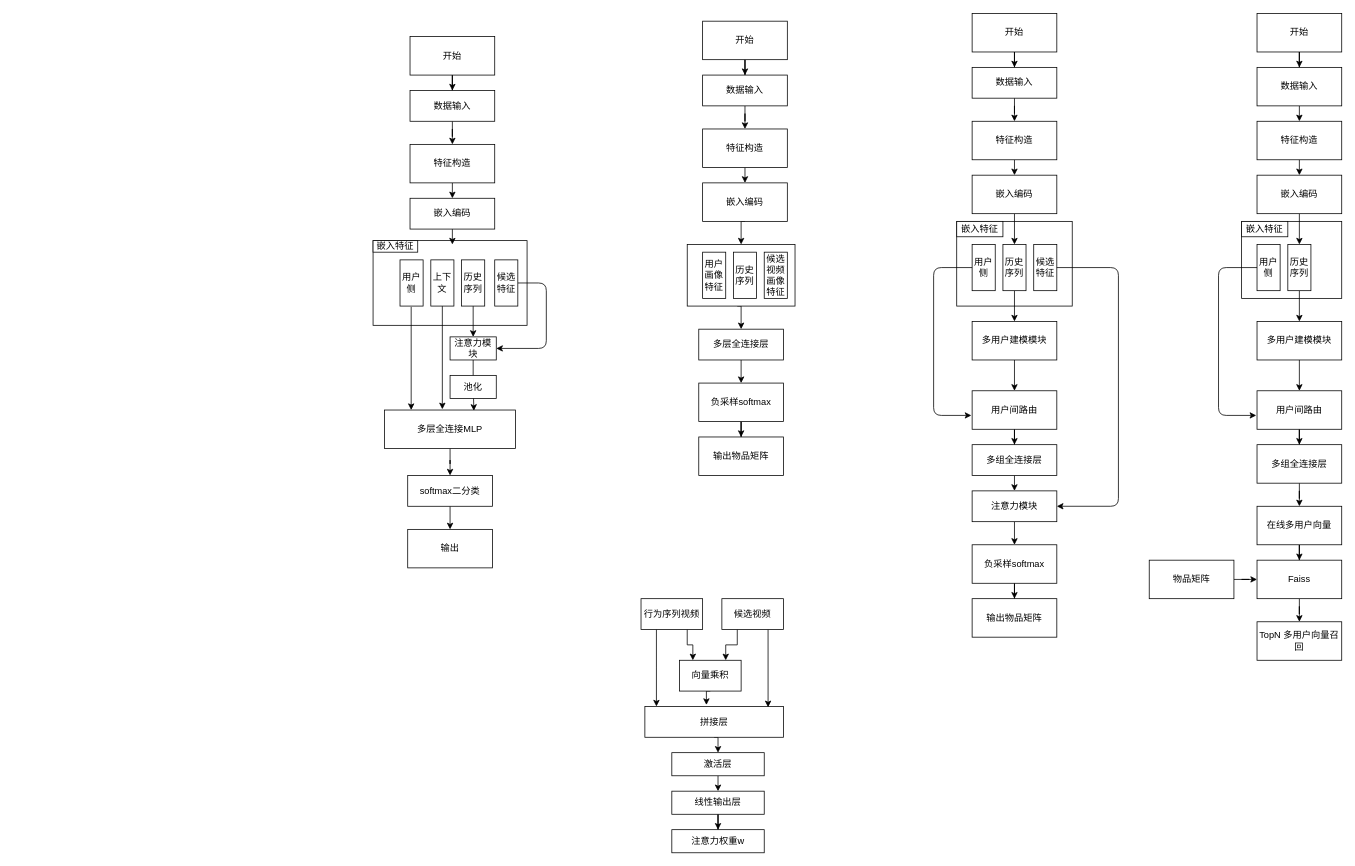
Before: Untitled Diagram.drawio in zkailinzhang/12306-I-have-got-the-train-ticket., a draw.io diagram. Source tidied: cells renumbered, new cells numbered last; positions are measured from the earlier drawing's top-left corner, leaving out a move shared by most shapes. Both pictures are drawn from the tidied source at 77%, with x=0, y=0 at pixel (338, 13).
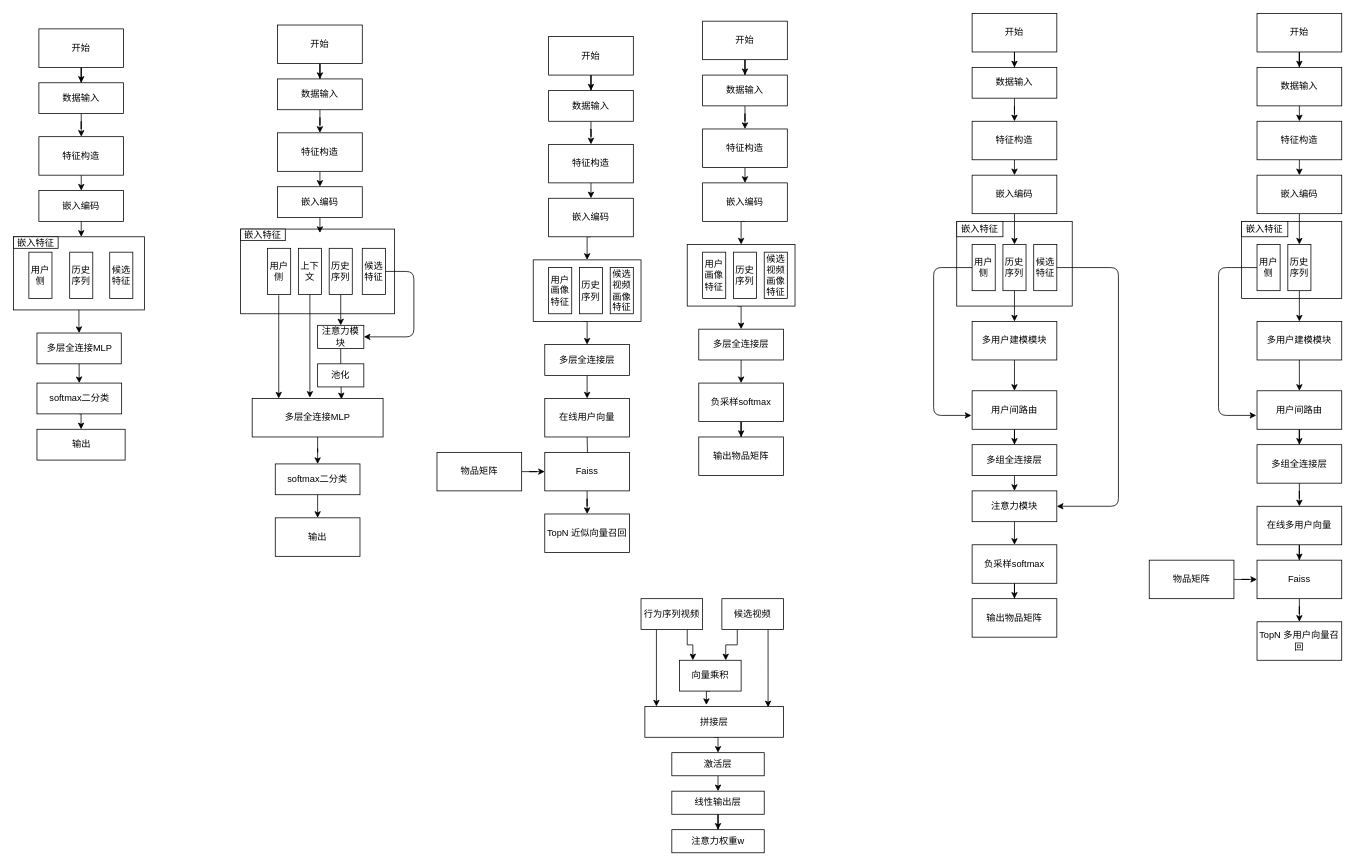
The same page after the edit.

Diff of the diagram source:
```diff
@@
     <mxCell id="74" style="rounded=0;whiteSpace=wrap;html=1;" parent="1" vertex="1">
-      <mxGeometry x="45" y="295" width="200" height="110" as="geometry" />
+      <mxGeometry x="-127" y="280" width="200" height="110" as="geometry" />
     </mxCell>
@@
     <mxCell id="76" value="开始" style="rounded=0;whiteSpace=wrap;html=1;" parent="1" vertex="1">
-      <mxGeometry x="93" y="30" width="110" height="50" as="geometry" />
+      <mxGeometry x="-79" y="15" width="110" height="50" as="geometry" />
     </mxCell>
@@
     <mxCell id="78" value="数据输入" style="rounded=0;whiteSpace=wrap;html=1;" parent="1" vertex="1">
-      <mxGeometry x="93" y="100" width="110" height="40" as="geometry" />
+      <mxGeometry x="-79" y="85" width="110" height="40" as="geometry" />
     </mxCell>
@@
     <mxCell id="80" value="特征构造" style="rounded=0;whiteSpace=wrap;html=1;" parent="1" vertex="1">
-      <mxGeometry x="93" y="170" width="110" height="50" as="geometry" />
+      <mxGeometry x="-79" y="155" width="110" height="50" as="geometry" />
     </mxCell>
     <mxCell id="81" style="edgeStyle=orthogonalEdgeStyle;rounded=0;jettySize=auto;html=1;exitX=0.5;exitY=1;exitDx=0;exitDy=0;" parent="1" edge="1" source="82">
       <mxGeometry relative="1" as="geometry">
-        <mxPoint x="148" y="300" as="targetPoint" />
+        <mxPoint x="-24" y="285" as="targetPoint" />
       </mxGeometry>
     </mxCell>
     <mxCell id="82" value="嵌入编码" style="rounded=0;whiteSpace=wrap;html=1;" parent="1" vertex="1">
-      <mxGeometry x="93" y="240" width="110" height="40" as="geometry" />
+      <mxGeometry x="-79" y="225" width="110" height="40" as="geometry" />
     </mxCell>
@@
     <mxCell id="84" value="注意力模块" style="rounded=0;whiteSpace=wrap;html=1;" parent="1" vertex="1">
-      <mxGeometry x="145" y="420" width="60" height="30" as="geometry" />
+      <mxGeometry x="-27" y="405" width="60" height="30" as="geometry" />
     </mxCell>
@@
     <mxCell id="86" value="&lt;span&gt;多层全连接MLP&lt;/span&gt;" style="rounded=0;whiteSpace=wrap;html=1;" parent="1" vertex="1">
-      <mxGeometry x="60" y="515" width="170" height="50" as="geometry" />
+      <mxGeometry x="-112" y="500" width="170" height="50" as="geometry" />
     </mxCell>
     <mxCell id="87" value="输出" style="rounded=0;whiteSpace=wrap;html=1;" parent="1" vertex="1">
-      <mxGeometry x="90" y="670" width="110" height="50" as="geometry" />
+      <mxGeometry x="-82" y="655" width="110" height="50" as="geometry" />
     </mxCell>
@@
     <mxCell id="89" value="softmax二分类" style="rounded=0;whiteSpace=wrap;html=1;" parent="1" vertex="1">
-      <mxGeometry x="90" y="600" width="110" height="40" as="geometry" />
+      <mxGeometry x="-82" y="585" width="110" height="40" as="geometry" />
     </mxCell>
     <mxCell id="90" value="用户侧" style="rounded=0;whiteSpace=wrap;html=1;" parent="1" vertex="1">
-      <mxGeometry x="80" y="320" width="30" height="60" as="geometry" />
+      <mxGeometry x="-92" y="305" width="30" height="60" as="geometry" />
     </mxCell>
@@
     <mxCell id="92" value="历史序列" style="rounded=0;whiteSpace=wrap;html=1;" parent="1" vertex="1">
-      <mxGeometry x="160" y="320" width="30" height="60" as="geometry" />
+      <mxGeometry x="-12" y="305" width="30" height="60" as="geometry" />
     </mxCell>
@@
     <mxCell id="94" value="上下文" style="rounded=0;whiteSpace=wrap;html=1;" parent="1" vertex="1">
-      <mxGeometry x="120" y="320" width="30" height="60" as="geometry" />
+      <mxGeometry x="-52" y="305" width="30" height="60" as="geometry" />
     </mxCell>
     <mxCell id="95" style="edgeStyle=elbowEdgeStyle;elbow=vertical;endArrow=classic;html=1;entryX=1;entryY=0.5;entryDx=0;entryDy=0;exitX=1;exitY=0.5;exitDx=0;exitDy=0;" parent="1" edge="1" source="96" target="84">
       <mxGeometry relative="1" as="geometry">
         <Array as="points">
-          <mxPoint x="270" y="530" />
-          <mxPoint x="40" y="540" />
-          <mxPoint x="40" y="490" />
-          <mxPoint y="450" />
+          <mxPoint x="98" y="515" />
+          <mxPoint x="-132" y="525" />
+          <mxPoint x="-132" y="475" />
+          <mxPoint x="-172" y="435" />
         </Array>
       </mxGeometry>
     </mxCell>
     <mxCell id="96" value="候选特征" style="rounded=0;whiteSpace=wrap;html=1;" parent="1" vertex="1">
-      <mxGeometry x="203" y="320" width="30" height="60" as="geometry" />
+      <mxGeometry x="31" y="305" width="30" height="60" as="geometry" />
     </mxCell>
     <mxCell id="97" value="池化" style="rounded=0;whiteSpace=wrap;html=1;" parent="1" vertex="1">
-      <mxGeometry x="145" y="470" width="60" height="30" as="geometry" />
+      <mxGeometry x="-27" y="455" width="60" height="30" as="geometry" />
     </mxCell>
     <mxCell id="98" style="edgeStyle=orthogonalEdgeStyle;rounded=0;orthogonalLoop=1;jettySize=auto;html=1;entryX=0.441;entryY=-0.02;entryDx=0;entryDy=0;entryPerimeter=0;" parent="1" edge="1">
       <mxGeometry relative="1" as="geometry">
-        <mxPoint x="94.5" y="381" as="sourcePoint" />
-        <mxPoint x="94.5" y="515" as="targetPoint" />
+        <mxPoint x="-77.5" y="366" as="sourcePoint" />
+        <mxPoint x="-77.5" y="500" as="targetPoint" />
       </mxGeometry>
     </mxCell>
     <mxCell id="99" value="嵌入特征" style="rounded=0;whiteSpace=wrap;html=1;" parent="1" vertex="1">
-      <mxGeometry x="45" y="295" width="58" height="15" as="geometry" />
+      <mxGeometry x="-127" y="280" width="58" height="15" as="geometry" />
     </mxCell>
@@
+    <mxCell id="115" style="edgeStyle=orthogonalEdgeStyle;rounded=0;jettySize=auto;html=1;exitX=0.5;exitY=1;exitDx=0;exitDy=0;entryX=0.5;entryY=0;entryDx=0;entryDy=0;" parent="1" edge="1" target="126">
+      <mxGeometry relative="1" as="geometry">
+        <mxPoint x="318" y="400" as="sourcePoint" />
+      </mxGeometry>
+    </mxCell>
+    <mxCell id="116" style="rounded=0;whiteSpace=wrap;html=1;" parent="1" vertex="1">
+      <mxGeometry x="253" y="320" width="140" height="80" as="geometry" />
+    </mxCell>
+    <mxCell id="117" style="edgeStyle=orthogonalEdgeStyle;rounded=0;jettySize=auto;html=1;entryX=0.5;entryY=0;entryDx=0;entryDy=0;" parent="1" edge="1" source="118" target="120">
+      <mxGeometry relative="1" as="geometry" />
+    </mxCell>
+    <mxCell id="118" value="开始" style="rounded=0;whiteSpace=wrap;html=1;" parent="1" vertex="1">
+      <mxGeometry x="273" y="30" width="110" height="50" as="geometry" />
+    </mxCell>
+    <mxCell id="119" style="edgeStyle=orthogonalEdgeStyle;rounded=0;jettySize=auto;html=1;entryX=0.5;entryY=0;entryDx=0;entryDy=0;" parent="1" edge="1" source="120" target="122">
+      <mxGeometry relative="1" as="geometry" />
+    </mxCell>
+    <mxCell id="120" value="数据输入" style="rounded=0;whiteSpace=wrap;html=1;" parent="1" vertex="1">
+      <mxGeometry x="273" y="100" width="110" height="40" as="geometry" />
+    </mxCell>
+    <mxCell id="121" style="edgeStyle=orthogonalEdgeStyle;rounded=0;jettySize=auto;html=1;exitX=0.5;exitY=1;exitDx=0;exitDy=0;entryX=0.5;entryY=0;entryDx=0;entryDy=0;" parent="1" edge="1" source="122" target="124">
+      <mxGeometry relative="1" as="geometry" />
+    </mxCell>
+    <mxCell id="122" value="特征构造" style="rounded=0;whiteSpace=wrap;html=1;" parent="1" vertex="1">
+      <mxGeometry x="273" y="170" width="110" height="50" as="geometry" />
+    </mxCell>
+    <mxCell id="123" style="edgeStyle=orthogonalEdgeStyle;rounded=0;jettySize=auto;html=1;exitX=0.5;exitY=1;exitDx=0;exitDy=0;entryX=0.5;entryY=0;entryDx=0;entryDy=0;" parent="1" edge="1" source="124" target="116">
+      <mxGeometry relative="1" as="geometry" />
+    </mxCell>
+    <mxCell id="124" value="嵌入编码" style="rounded=0;whiteSpace=wrap;html=1;" parent="1" vertex="1">
+      <mxGeometry x="273" y="240" width="110" height="50" as="geometry" />
+    </mxCell>
+    <mxCell id="125" style="edgeStyle=orthogonalEdgeStyle;rounded=0;jettySize=auto;html=1;exitX=0.5;exitY=1;exitDx=0;exitDy=0;entryX=0.5;entryY=0;entryDx=0;entryDy=0;" parent="1" edge="1" source="126">
+      <mxGeometry relative="1" as="geometry">
+        <mxPoint x="323" y="500" as="targetPoint" />
+      </mxGeometry>
+    </mxCell>
+    <mxCell id="126" value="多层全连接层" style="rounded=0;whiteSpace=wrap;html=1;" parent="1" vertex="1">
+      <mxGeometry x="268" y="430" width="110" height="40" as="geometry" />
+    </mxCell>
+    <mxCell id="127" value="用户画像特征" style="rounded=0;whiteSpace=wrap;html=1;" parent="1" vertex="1">
+      <mxGeometry x="273" y="330" width="30" height="60" as="geometry" />
+    </mxCell>
+    <mxCell id="128" value="历史序列" style="rounded=0;whiteSpace=wrap;html=1;" parent="1" vertex="1">
+      <mxGeometry x="313" y="330" width="30" height="60" as="geometry" />
+    </mxCell>
+    <mxCell id="129" value="候选视频画像特征" style="rounded=0;whiteSpace=wrap;html=1;" parent="1" vertex="1">
+      <mxGeometry x="353" y="330" width="30" height="60" as="geometry" />
+    </mxCell>
+    <mxCell id="130" style="edgeStyle=orthogonalEdgeStyle;rounded=0;jettySize=auto;html=1;" parent="1" edge="1" target="132">
+      <mxGeometry relative="1" as="geometry">
+        <mxPoint x="323" y="550" as="sourcePoint" />
+      </mxGeometry>
+    </mxCell>
+    <mxCell id="131" style="edgeStyle=orthogonalEdgeStyle;rounded=0;jettySize=auto;html=1;" parent="1" edge="1" source="132" target="135">
+      <mxGeometry relative="1" as="geometry" />
+    </mxCell>
+    <mxCell id="132" value="Faiss" style="rounded=0;whiteSpace=wrap;html=1;" parent="1" vertex="1">
+      <mxGeometry x="268" y="570" width="110" height="50" as="geometry" />
+    </mxCell>
+    <mxCell id="133" style="edgeStyle=orthogonalEdgeStyle;rounded=0;jettySize=auto;html=1;" parent="1" edge="1" source="134" target="132">
+      <mxGeometry relative="1" as="geometry" />
+    </mxCell>
+    <mxCell id="134" value="物品矩阵" style="rounded=0;whiteSpace=wrap;html=1;" parent="1" vertex="1">
+      <mxGeometry x="128" y="570" width="110" height="50" as="geometry" />
+    </mxCell>
+    <mxCell id="135" value="TopN 近似向量召回" style="rounded=0;whiteSpace=wrap;html=1;" parent="1" vertex="1">
+      <mxGeometry x="268" y="650" width="110" height="50" as="geometry" />
+    </mxCell>
+    <mxCell id="136" value="在线用户向量" style="rounded=0;whiteSpace=wrap;html=1;" parent="1" vertex="1">
+      <mxGeometry x="268" y="500" width="110" height="50" as="geometry" />
+    </mxCell>
+    <mxCell id="137" style="edgeStyle=orthogonalEdgeStyle;rounded=0;jettySize=auto;html=1;entryX=0.5;entryY=0;entryDx=0;entryDy=0;" parent="1" edge="1" source="138" target="148">
+      <mxGeometry relative="1" as="geometry" />
+    </mxCell>
+    <mxCell id="138" style="rounded=0;whiteSpace=wrap;html=1;" parent="1" vertex="1">
+      <mxGeometry x="-422" y="290" width="170" height="95" as="geometry" />
+    </mxCell>
+    <mxCell id="139" style="edgeStyle=orthogonalEdgeStyle;rounded=0;jettySize=auto;html=1;entryX=0.5;entryY=0;entryDx=0;entryDy=0;" parent="1" edge="1" source="140" target="142">
+      <mxGeometry relative="1" as="geometry" />
+    </mxCell>
+    <mxCell id="140" value="开始" style="rounded=0;whiteSpace=wrap;html=1;" parent="1" vertex="1">
+      <mxGeometry x="-389" y="20" width="110" height="50" as="geometry" />
+    </mxCell>
+    <mxCell id="141" style="edgeStyle=orthogonalEdgeStyle;rounded=0;jettySize=auto;html=1;entryX=0.5;entryY=0;entryDx=0;entryDy=0;" parent="1" edge="1" source="142" target="144">
+      <mxGeometry relative="1" as="geometry" />
+    </mxCell>
+    <mxCell id="142" value="数据输入" style="rounded=0;whiteSpace=wrap;html=1;" parent="1" vertex="1">
+      <mxGeometry x="-389" y="90" width="110" height="40" as="geometry" />
+    </mxCell>
+    <mxCell id="143" style="edgeStyle=orthogonalEdgeStyle;rounded=0;jettySize=auto;html=1;exitX=0.5;exitY=1;exitDx=0;exitDy=0;entryX=0.5;entryY=0;entryDx=0;entryDy=0;" parent="1" edge="1" source="144" target="146">
+      <mxGeometry relative="1" as="geometry" />
+    </mxCell>
+    <mxCell id="144" value="特征构造" style="rounded=0;whiteSpace=wrap;html=1;" parent="1" vertex="1">
+      <mxGeometry x="-389" y="160" width="110" height="50" as="geometry" />
+    </mxCell>
+    <mxCell id="145" style="edgeStyle=orthogonalEdgeStyle;rounded=0;jettySize=auto;html=1;exitX=0.5;exitY=1;exitDx=0;exitDy=0;" parent="1" edge="1" source="146">
+      <mxGeometry relative="1" as="geometry">
+        <mxPoint x="-334" y="290" as="targetPoint" />
+      </mxGeometry>
+    </mxCell>
+    <mxCell id="146" value="嵌入编码" style="rounded=0;whiteSpace=wrap;html=1;" parent="1" vertex="1">
+      <mxGeometry x="-389" y="230" width="110" height="40" as="geometry" />
+    </mxCell>
+    <mxCell id="147" style="edgeStyle=orthogonalEdgeStyle;rounded=0;jettySize=auto;html=1;entryX=0.5;entryY=0;entryDx=0;entryDy=0;" parent="1" edge="1" source="148" target="151">
+      <mxGeometry relative="1" as="geometry" />
+    </mxCell>
+    <mxCell id="148" value="&lt;span&gt;多层全连接MLP&lt;/span&gt;" style="rounded=0;whiteSpace=wrap;html=1;" parent="1" vertex="1">
+      <mxGeometry x="-391.5" y="415" width="109.5" height="40" as="geometry" />
+    </mxCell>
+    <mxCell id="149" value="输出" style="rounded=0;whiteSpace=wrap;html=1;" parent="1" vertex="1">
+      <mxGeometry x="-391.5" y="540" width="114.5" height="40" as="geometry" />
+    </mxCell>
+    <mxCell id="150" style="edgeStyle=orthogonalEdgeStyle;rounded=0;jettySize=auto;html=1;exitX=0.5;exitY=1;exitDx=0;exitDy=0;entryX=0.5;entryY=0;entryDx=0;entryDy=0;" parent="1" edge="1" source="151" target="149">
+      <mxGeometry relative="1" as="geometry" />
+    </mxCell>
+    <mxCell id="151" value="softmax二分类" style="rounded=0;whiteSpace=wrap;html=1;" parent="1" vertex="1">
+      <mxGeometry x="-391.5" y="480" width="110" height="40" as="geometry" />
+    </mxCell>
+    <mxCell id="152" value="用户侧" style="rounded=0;whiteSpace=wrap;html=1;" parent="1" vertex="1">
+      <mxGeometry x="-402" y="310" width="30" height="60" as="geometry" />
+    </mxCell>
+    <mxCell id="153" value="历史序列" style="rounded=0;whiteSpace=wrap;html=1;" parent="1" vertex="1">
+      <mxGeometry x="-349" y="310" width="30" height="60" as="geometry" />
+    </mxCell>
+    <mxCell id="154" value="候选特征" style="rounded=0;whiteSpace=wrap;html=1;" parent="1" vertex="1">
+      <mxGeometry x="-297" y="310" width="30" height="60" as="geometry" />
+    </mxCell>
+    <mxCell id="155" value="嵌入特征" style="rounded=0;whiteSpace=wrap;html=1;" parent="1" vertex="1">
+      <mxGeometry x="-422" y="290" width="58" height="15" as="geometry" />
+    </mxCell>
```
